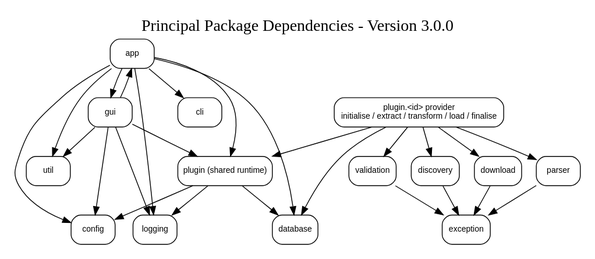
TerryCurranZellis/OpenData keeps this PlantUML diagram as docs/diagrams/generated/package-dependencies.svg. Above is the earlier version. Its source is kept beside it as docs/diagrams/source/package-dependencies.puml. Its diagram source:
```plantuml
@startuml
!pragma layout smetana
title Principal Package Dependencies - Version 3.0.0
top to bottom direction

package app
package cli
package gui
package config
package "plugin (shared runtime)" as Plugin

package "plugin.<id> (provider)" as Provider {
  [workflow facade] as Facade
  [config] as ProviderConfig
  [download] as ProviderDownload
  [extract] as ProviderExtract
  [transform] as ProviderTransform
  [transform.model] as ProviderModel
  [transform.validate] as ProviderValidate
  [load] as ProviderLoad
}

package discovery
package download
package parser
package validation
package database
package logging
package exception
package util

app --> cli
app --> gui
app --> config
app --> Plugin
app --> database
app --> logging
gui --> app : gateways/services
gui --> config
gui --> Plugin
gui --> logging
Plugin --> config
Plugin --> database
Plugin --> logging
Facade --> Plugin
Facade --> ProviderConfig
Facade --> ProviderDownload
Facade --> ProviderExtract
Facade --> ProviderTransform
Facade --> ProviderValidate
Facade --> ProviderLoad
ProviderDownload --> download
ProviderDownload --> discovery
ProviderExtract --> parser
ProviderTransform --> ProviderModel
ProviderValidate --> ProviderModel
ProviderLoad --> ProviderModel
ProviderLoad --> database
discovery --> exception
download --> exception
parser --> exception
validation --> exception
app --> util
gui --> util
@enduml
```
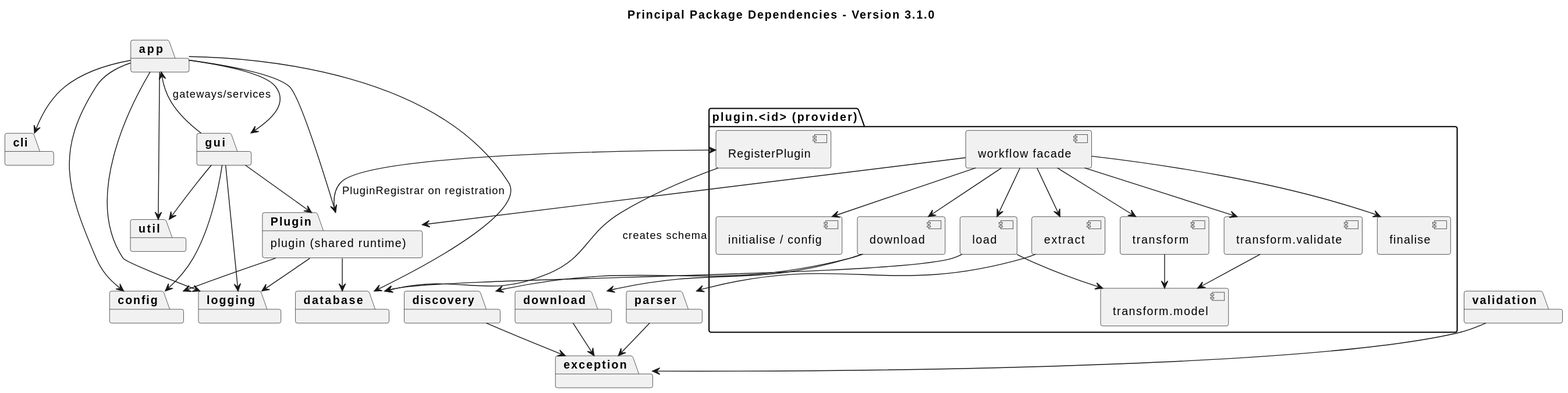
Later version of the same file.

Change to the diagram source:
```diff
@@ -1,6 +1,6 @@
 @startuml
 !pragma layout smetana
-title Principal Package Dependencies - Version 3.0.0
+title Principal Package Dependencies - Version 3.1.0
 top to bottom direction
 
 package app
@@ -11,13 +11,15 @@
 
 package "plugin.<id> (provider)" as Provider {
   [workflow facade] as Facade
-  [config] as ProviderConfig
+  [RegisterPlugin] as ProviderRegister
+  [initialise / config] as ProviderConfig
   [download] as ProviderDownload
   [extract] as ProviderExtract
   [transform] as ProviderTransform
   [transform.model] as ProviderModel
   [transform.validate] as ProviderValidate
   [load] as ProviderLoad
+  [finalise] as ProviderFinalise
 }
 
 package discovery
@@ -44,6 +46,9 @@
 Plugin --> logging
 Facade --> Plugin
 Facade --> ProviderConfig
+Facade --> ProviderFinalise
+Plugin --> ProviderRegister : PluginRegistrar on registration
+ProviderRegister --> database : creates schema
 Facade --> ProviderDownload
 Facade --> ProviderExtract
 Facade --> ProviderTransform
```
